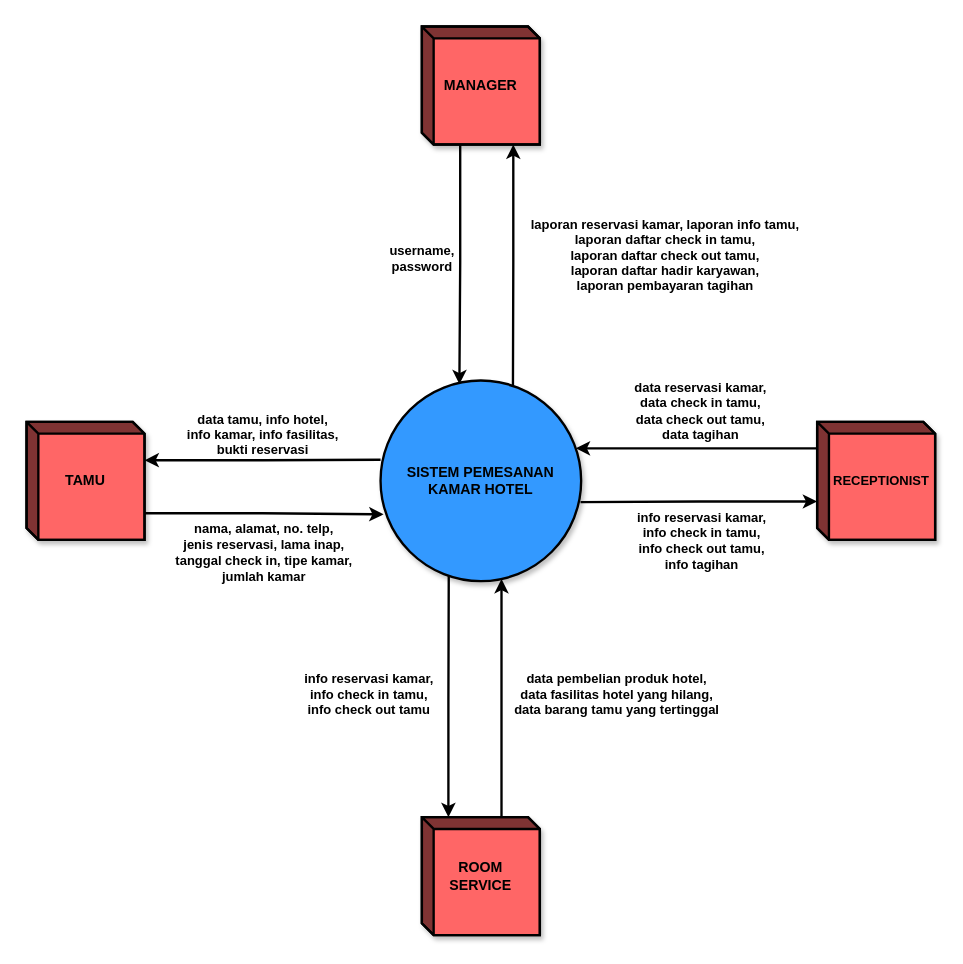
Above: page "DFD LVL 0 - Context Diagram" (2 of 12) of Sistem Pemesanan Kamar Hotel - Data Flow Diagram.drawio in trueazp/System-Design-Analysis (draw.io), before the change. Source tidied: cells renumbered, new cells numbered last; positions are measured from the earlier drawing's top-left corner, leaving out a move shared by most shapes. Both pictures are drawn from the tidied source at 118%, with x=0, y=0 at pixel (26, 26).
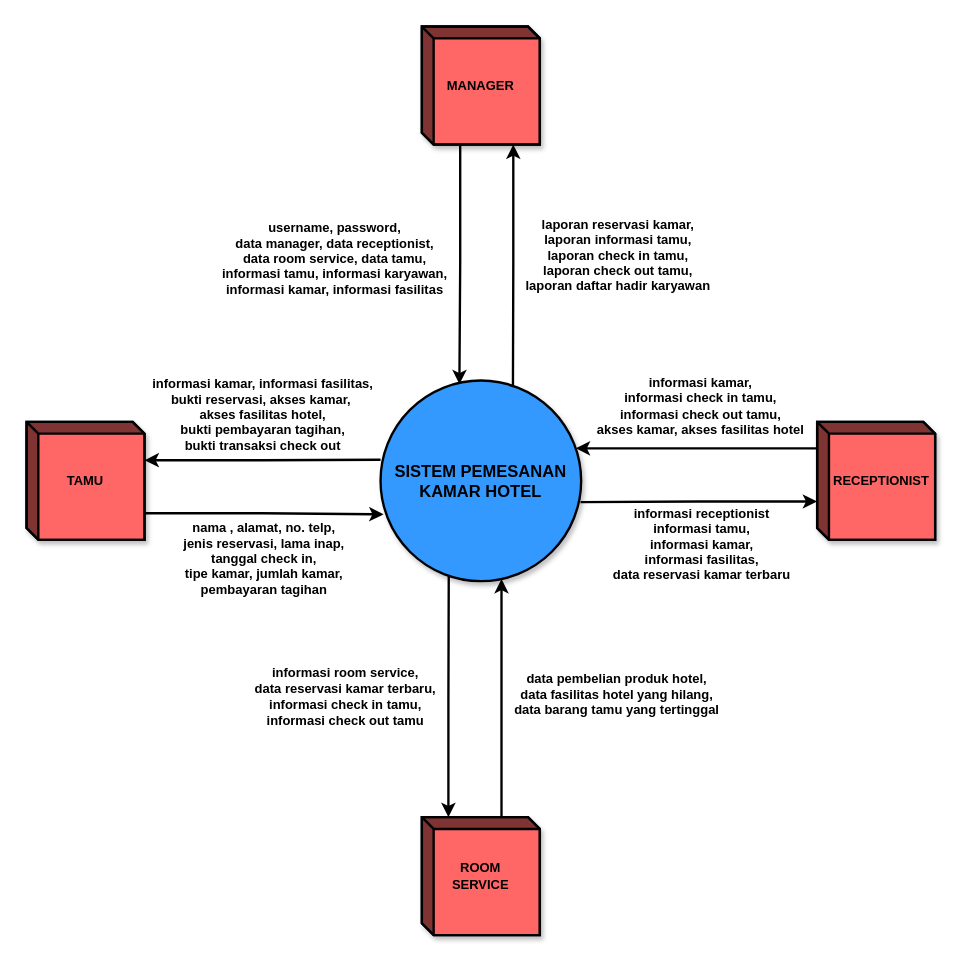
The same diagram, later.

Diff of the diagram source:
```diff
@@
-    <mxCell id="2" value="SISTEM PEMESANAN &lt;br&gt;KAMAR HOTEL" style="shape=ellipse;html=1;dashed=0;whitespace=wrap;perimeter=ellipsePerimeter;whiteSpace=wrap;fontStyle=1;align=center;strokeWidth=2;shadow=1;fillColor=#3399FF;" parent="1" vertex="1">
+    <mxCell id="2" value="SISTEM PEMESANAN &lt;br style=&quot;font-size: 14px;&quot;&gt;KAMAR HOTEL" style="shape=ellipse;html=1;dashed=0;whitespace=wrap;perimeter=ellipsePerimeter;whiteSpace=wrap;fontStyle=1;align=center;strokeWidth=2;shadow=1;fillColor=#3399FF;fontSize=14;labelBackgroundColor=none;" parent="1" vertex="1">
       <mxGeometry x="300" y="300" width="170" height="170" as="geometry" />
     </mxCell>
-    <mxCell id="3" style="edgeStyle=orthogonalEdgeStyle;rounded=0;jettySize=auto;html=1;exitX=0;exitY=0;exitDx=100;exitDy=32.5;exitPerimeter=0;entryX=0;entryY=0.395;entryDx=0;entryDy=0;entryPerimeter=0;fontSize=11;startArrow=classic;startFill=1;endArrow=none;endFill=0;fontStyle=1;strokeWidth=2;" parent="1" edge="1" source="7" target="2">
+    <mxCell id="3" style="edgeStyle=orthogonalEdgeStyle;rounded=0;jettySize=auto;html=1;exitX=0;exitY=0;exitDx=100;exitDy=32.5;exitPerimeter=0;entryX=0;entryY=0.395;entryDx=0;entryDy=0;entryPerimeter=0;fontSize=11;startArrow=classic;startFill=1;endArrow=none;endFill=0;fontStyle=1;strokeWidth=2;labelBackgroundColor=none;" parent="1" edge="1" source="7" target="2">
       <mxGeometry relative="1" as="geometry" />
     </mxCell>
-    <mxCell id="4" value="data tamu, info hotel, &lt;br&gt;info kamar, info fasilitas, &lt;br&gt;bukti reservasi" style="edgeLabel;html=1;align=center;verticalAlign=middle;fontSize=11;fontStyle=1;labelBackgroundColor=none;" parent="3" vertex="1">
+    <mxCell id="4" value="&lt;div&gt;informasi kamar, informasi fasilitas,&lt;/div&gt;&lt;div&gt;&lt;div&gt;bukti reservasi, akses kamar,&amp;nbsp; &lt;br&gt;&lt;/div&gt;&lt;div&gt;akses fasilitas hotel, &lt;br&gt;&lt;/div&gt;&lt;div&gt;bukti pembayaran tagihan, &lt;br&gt;&lt;/div&gt;&lt;div&gt;bukti transaksi check out&lt;/div&gt;&lt;/div&gt;" style="edgeLabel;html=1;align=center;verticalAlign=middle;fontSize=11;fontStyle=1;labelBackgroundColor=none;" parent="3" vertex="1">
       <mxGeometry x="0.1" y="2" relative="1" as="geometry">
-        <mxPoint x="-10" y="-20" as="offset" />
+        <mxPoint x="-10" y="-37" as="offset" />
       </mxGeometry>
     </mxCell>
-    <mxCell id="5" style="edgeStyle=orthogonalEdgeStyle;rounded=0;jettySize=auto;html=1;exitX=0;exitY=0;exitDx=100;exitDy=77.5;exitPerimeter=0;entryX=0.015;entryY=0.667;entryDx=0;entryDy=0;entryPerimeter=0;fontSize=11;startArrow=none;startFill=0;endArrow=classic;endFill=1;fontStyle=1;strokeWidth=2;" parent="1" edge="1" source="7" target="2">
+    <mxCell id="5" style="edgeStyle=orthogonalEdgeStyle;rounded=0;jettySize=auto;html=1;exitX=0;exitY=0;exitDx=100;exitDy=77.5;exitPerimeter=0;entryX=0.015;entryY=0.667;entryDx=0;entryDy=0;entryPerimeter=0;fontSize=11;startArrow=none;startFill=0;endArrow=classic;endFill=1;fontStyle=1;strokeWidth=2;labelBackgroundColor=none;" parent="1" edge="1" source="7" target="2">
       <mxGeometry relative="1" as="geometry" />
     </mxCell>
-    <mxCell id="6" value="nama, alamat, no. telp, &lt;br&gt;jenis reservasi, lama inap, &lt;br&gt;tanggal check in, tipe kamar, &lt;br&gt;jumlah kamar" style="edgeLabel;html=1;align=center;verticalAlign=middle;fontSize=11;fontStyle=1;labelBackgroundColor=none;" parent="5" vertex="1">
+    <mxCell id="6" value="&lt;div&gt;nama , alamat, no. telp, &lt;br&gt;&lt;/div&gt;&lt;div&gt;jenis reservasi, lama inap, &lt;br&gt;&lt;/div&gt;&lt;div&gt;tanggal check in, &lt;/div&gt;&lt;div&gt;tipe kamar, jumlah kamar, &lt;br&gt;&lt;/div&gt;&lt;div&gt;pembayaran tagihan&lt;/div&gt;" style="edgeLabel;html=1;align=center;verticalAlign=middle;fontSize=11;fontStyle=1;labelBackgroundColor=none;" parent="5" vertex="1">
       <mxGeometry x="0.05" relative="1" as="geometry">
-        <mxPoint x="-6" y="32" as="offset" />
+        <mxPoint x="-6" y="37" as="offset" />
       </mxGeometry>
     </mxCell>
-    <mxCell id="7" value="TAMU" style="html=1;dashed=0;whitespace=wrap;shape=mxgraph.dfd.externalEntity;fontStyle=1;whiteSpace=wrap;align=center;strokeWidth=2;shadow=1;fillColor=#FF6666;" parent="1" vertex="1">
+    <mxCell id="7" value="TAMU" style="html=1;dashed=0;whitespace=wrap;shape=mxgraph.dfd.externalEntity;fontStyle=1;whiteSpace=wrap;align=center;strokeWidth=2;shadow=1;fillColor=#FF6666;fontSize=11;labelBackgroundColor=none;" parent="1" vertex="1">
       <mxGeometry y="335" width="100" height="100" as="geometry" />
     </mxCell>
-    <mxCell id="8" style="edgeStyle=orthogonalEdgeStyle;rounded=0;jettySize=auto;html=1;exitX=0;exitY=0;exitDx=0;exitDy=67.5;exitPerimeter=0;entryX=0.997;entryY=0.606;entryDx=0;entryDy=0;fontSize=11;startArrow=classic;startFill=1;endArrow=none;endFill=0;entryPerimeter=0;fontStyle=1;strokeWidth=2;" parent="1" edge="1" source="12" target="2">
+    <mxCell id="8" style="edgeStyle=orthogonalEdgeStyle;rounded=0;jettySize=auto;html=1;exitX=0;exitY=0;exitDx=0;exitDy=67.5;exitPerimeter=0;entryX=0.997;entryY=0.606;entryDx=0;entryDy=0;fontSize=11;startArrow=classic;startFill=1;endArrow=none;endFill=0;entryPerimeter=0;fontStyle=1;strokeWidth=2;labelBackgroundColor=none;" parent="1" edge="1" source="12" target="2">
       <mxGeometry relative="1" as="geometry" />
     </mxCell>
-    <mxCell id="9" value="info reservasi kamar, &lt;br&gt;info check in tamu, &lt;br&gt;info check out tamu, &lt;br&gt;info tagihan" style="edgeLabel;html=1;align=center;verticalAlign=middle;fontSize=11;fontStyle=1;labelBackgroundColor=none;" parent="8" vertex="1">
+    <mxCell id="9" value="&lt;div&gt;informasi receptionist&lt;br&gt;&lt;/div&gt;&lt;div&gt;informasi tamu, &lt;br&gt;&lt;/div&gt;&lt;div&gt;informasi kamar, &lt;br&gt;&lt;/div&gt;&lt;div&gt;informasi fasilitas,&lt;/div&gt;&lt;div&gt;data reservasi kamar terbaru&lt;/div&gt;" style="edgeLabel;html=1;align=center;verticalAlign=middle;fontSize=11;fontStyle=1;labelBackgroundColor=none;" parent="8" vertex="1">
       <mxGeometry x="-0.11" y="3" relative="1" as="geometry">
-        <mxPoint x="-10" y="30" as="offset" />
+        <mxPoint x="-10" y="33" as="offset" />
       </mxGeometry>
     </mxCell>
-    <mxCell id="10" style="edgeStyle=orthogonalEdgeStyle;rounded=0;jettySize=auto;html=1;exitX=0;exitY=0;exitDx=0;exitDy=22.5;exitPerimeter=0;entryX=0.973;entryY=0.338;entryDx=0;entryDy=0;entryPerimeter=0;fontSize=11;startArrow=none;startFill=0;endArrow=classic;endFill=1;fontStyle=1;strokeWidth=2;" parent="1" edge="1" source="12" target="2">
+    <mxCell id="10" style="edgeStyle=orthogonalEdgeStyle;rounded=0;jettySize=auto;html=1;exitX=0;exitY=0;exitDx=0;exitDy=22.5;exitPerimeter=0;entryX=0.973;entryY=0.338;entryDx=0;entryDy=0;entryPerimeter=0;fontSize=11;startArrow=none;startFill=0;endArrow=classic;endFill=1;fontStyle=1;strokeWidth=2;labelBackgroundColor=none;" parent="1" edge="1" source="12" target="2">
       <mxGeometry relative="1" as="geometry" />
     </mxCell>
-    <mxCell id="11" value="data reservasi kamar, &lt;br&gt;data check in tamu, &lt;br&gt;data check out tamu, &lt;br&gt;data tagihan" style="edgeLabel;html=1;align=center;verticalAlign=middle;fontSize=11;fontStyle=1;labelBackgroundColor=none;" parent="10" vertex="1">
+    <mxCell id="11" value="&lt;div&gt;informasi kamar, &lt;br&gt;&lt;/div&gt;&lt;div&gt;informasi check in tamu, &lt;br&gt;&lt;/div&gt;&lt;div&gt;informasi check out tamu, &lt;br&gt;&lt;/div&gt;&lt;div&gt;akses kamar, akses fasilitas hotel&lt;br&gt;&lt;/div&gt;" style="edgeLabel;html=1;align=center;verticalAlign=middle;fontSize=11;fontStyle=1;labelBackgroundColor=none;" parent="10" vertex="1">
       <mxGeometry x="-0.11" relative="1" as="geometry">
-        <mxPoint x="-9" y="-32" as="offset" />
+        <mxPoint x="-9" y="-36" as="offset" />
       </mxGeometry>
     </mxCell>
-    <mxCell id="12" value="&amp;nbsp;&amp;nbsp; RECEPTIONIST" style="html=1;dashed=0;whitespace=wrap;shape=mxgraph.dfd.externalEntity;fontStyle=1;whiteSpace=wrap;align=center;fontSize=11;strokeWidth=2;shadow=1;fillColor=#FF6666;" parent="1" vertex="1">
+    <mxCell id="12" value="&amp;nbsp;&amp;nbsp; RECEPTIONIST" style="html=1;dashed=0;whitespace=wrap;shape=mxgraph.dfd.externalEntity;fontStyle=1;whiteSpace=wrap;align=center;fontSize=11;strokeWidth=2;shadow=1;fillColor=#FF6666;labelBackgroundColor=none;" parent="1" vertex="1">
       <mxGeometry x="670" y="335" width="100" height="100" as="geometry" />
     </mxCell>
-    <mxCell id="13" style="edgeStyle=orthogonalEdgeStyle;rounded=0;jettySize=auto;html=1;exitX=0;exitY=0;exitDx=32.5;exitDy=100;exitPerimeter=0;entryX=0.393;entryY=0.018;entryDx=0;entryDy=0;entryPerimeter=0;fontSize=11;startArrow=none;startFill=0;endArrow=classic;endFill=1;fontStyle=1;strokeWidth=2;" parent="1" edge="1" source="17" target="2">
+    <mxCell id="13" style="edgeStyle=orthogonalEdgeStyle;rounded=0;jettySize=auto;html=1;exitX=0;exitY=0;exitDx=32.5;exitDy=100;exitPerimeter=0;entryX=0.393;entryY=0.018;entryDx=0;entryDy=0;entryPerimeter=0;fontSize=11;startArrow=none;startFill=0;endArrow=classic;endFill=1;fontStyle=1;strokeWidth=2;labelBackgroundColor=none;" parent="1" edge="1" source="17" target="2">
       <mxGeometry relative="1" as="geometry" />
     </mxCell>
-    <mxCell id="14" value="username, &lt;br&gt;password" style="edgeLabel;html=1;align=center;verticalAlign=middle;fontSize=11;fontStyle=1;labelBackgroundColor=none;" parent="13" vertex="1">
+    <mxCell id="14" value="&lt;div style=&quot;font-size: 11px;&quot;&gt;username, password, &lt;br style=&quot;font-size: 11px;&quot;&gt;&lt;/div&gt;&lt;div style=&quot;font-size: 11px;&quot;&gt;data manager, data receptionist, &lt;br style=&quot;font-size: 11px;&quot;&gt;data room service, data tamu, &lt;br style=&quot;font-size: 11px;&quot;&gt;&lt;/div&gt;&lt;div style=&quot;font-size: 11px;&quot;&gt;&lt;div style=&quot;font-size: 11px;&quot;&gt;informasi tamu, informasi karyawan, &lt;br style=&quot;font-size: 11px;&quot;&gt;&lt;/div&gt;&lt;div style=&quot;font-size: 11px;&quot;&gt;informasi kamar, informasi fasilitas&lt;br style=&quot;font-size: 11px;&quot;&gt;&lt;/div&gt;&lt;/div&gt;" style="edgeLabel;html=1;align=center;verticalAlign=middle;fontSize=11;fontStyle=1;labelBackgroundColor=none;" parent="13" vertex="1">
       <mxGeometry x="-0.2" y="3" relative="1" as="geometry">
-        <mxPoint x="-36" y="14" as="offset" />
+        <mxPoint x="-110" y="14" as="offset" />
       </mxGeometry>
     </mxCell>
-    <mxCell id="15" style="edgeStyle=orthogonalEdgeStyle;rounded=0;jettySize=auto;html=1;exitX=0;exitY=0;exitDx=77.5;exitDy=100;exitPerimeter=0;entryX=0.66;entryY=0.029;entryDx=0;entryDy=0;entryPerimeter=0;fontSize=11;startArrow=classic;startFill=1;endArrow=none;endFill=0;fontStyle=1;strokeWidth=2;" parent="1" edge="1" source="17" target="2">
+    <mxCell id="15" style="edgeStyle=orthogonalEdgeStyle;rounded=0;jettySize=auto;html=1;exitX=0;exitY=0;exitDx=77.5;exitDy=100;exitPerimeter=0;entryX=0.66;entryY=0.029;entryDx=0;entryDy=0;entryPerimeter=0;fontSize=11;startArrow=classic;startFill=1;endArrow=none;endFill=0;fontStyle=1;strokeWidth=2;labelBackgroundColor=none;" parent="1" edge="1" source="17" target="2">
       <mxGeometry relative="1" as="geometry" />
     </mxCell>
-    <mxCell id="16" value="laporan reservasi kamar, laporan info tamu, &lt;br&gt;laporan daftar check in tamu, &lt;br&gt;laporan daftar check out tamu, &lt;br&gt;laporan daftar hadir karyawan, &lt;br&gt;laporan pembayaran tagihan&lt;br&gt; " style="edgeLabel;html=1;align=center;verticalAlign=middle;fontSize=11;fontStyle=1;labelBackgroundColor=none;" parent="15" vertex="1">
+    <mxCell id="16" value="&lt;div style=&quot;font-size: 11px;&quot;&gt;laporan reservasi kamar, &lt;br style=&quot;font-size: 11px;&quot;&gt;&lt;/div&gt;&lt;div style=&quot;font-size: 11px;&quot;&gt;laporan informasi tamu, &lt;br style=&quot;font-size: 11px;&quot;&gt;&lt;/div&gt;&lt;div style=&quot;font-size: 11px;&quot;&gt;laporan check in tamu, &lt;br style=&quot;font-size: 11px;&quot;&gt;&lt;/div&gt;&lt;div style=&quot;font-size: 11px;&quot;&gt;laporan check out tamu, &lt;br style=&quot;font-size: 11px;&quot;&gt;&lt;/div&gt;&lt;div style=&quot;font-size: 11px;&quot;&gt;laporan daftar hadir karyawan&lt;br style=&quot;font-size: 11px;&quot;&gt;&lt;/div&gt;" style="edgeLabel;html=1;align=center;verticalAlign=middle;fontSize=11;fontStyle=1;labelBackgroundColor=none;" parent="15" vertex="1">
       <mxGeometry x="-0.13" y="-1" relative="1" as="geometry">
-        <mxPoint x="129" y="4" as="offset" />
+        <mxPoint x="89" y="4" as="offset" />
       </mxGeometry>
     </mxCell>
-    <mxCell id="17" value="MANAGER" style="html=1;dashed=0;whitespace=wrap;shape=mxgraph.dfd.externalEntity;fontStyle=1;whiteSpace=wrap;align=center;strokeWidth=2;shadow=1;fillColor=#FF6666;" parent="1" vertex="1">
+    <mxCell id="17" value="MANAGER" style="html=1;dashed=0;whitespace=wrap;shape=mxgraph.dfd.externalEntity;fontStyle=1;whiteSpace=wrap;align=center;strokeWidth=2;shadow=1;fillColor=#FF6666;fontSize=11;labelBackgroundColor=none;" parent="1" vertex="1">
       <mxGeometry x="335" width="100" height="100" as="geometry" />
     </mxCell>
-    <mxCell id="18" style="edgeStyle=orthogonalEdgeStyle;rounded=0;jettySize=auto;html=1;exitX=0;exitY=0;exitDx=22.5;exitDy=0;exitPerimeter=0;entryX=0.34;entryY=0.971;entryDx=0;entryDy=0;entryPerimeter=0;fontSize=11;startArrow=classic;startFill=1;endArrow=none;endFill=0;fontStyle=1;strokeWidth=2;" parent="1" edge="1" source="22" target="2">
+    <mxCell id="18" style="edgeStyle=orthogonalEdgeStyle;rounded=0;jettySize=auto;html=1;exitX=0;exitY=0;exitDx=22.5;exitDy=0;exitPerimeter=0;entryX=0.34;entryY=0.971;entryDx=0;entryDy=0;entryPerimeter=0;fontSize=11;startArrow=classic;startFill=1;endArrow=none;endFill=0;fontStyle=1;strokeWidth=2;labelBackgroundColor=none;" parent="1" edge="1" source="22" target="2">
       <mxGeometry relative="1" as="geometry" />
     </mxCell>
-    <mxCell id="19" value="info reservasi kamar, &lt;br&gt;info check in tamu, &lt;br&gt;info check out tamu" style="edgeLabel;html=1;align=center;verticalAlign=middle;fontSize=11;fontStyle=1;labelBackgroundColor=none;" parent="18" vertex="1">
+    <mxCell id="19" value="&lt;div&gt;informasi room service,&lt;/div&gt;&lt;div&gt;&lt;div&gt;data reservasi kamar terbaru, &lt;br&gt;&lt;div&gt;informasi check in tamu, &lt;br&gt;&lt;/div&gt;informasi check out tamu&lt;/div&gt;&lt;/div&gt;" style="edgeLabel;html=1;align=center;verticalAlign=middle;fontSize=11;fontStyle=1;labelBackgroundColor=none;" parent="18" vertex="1">
       <mxGeometry x="0.1" y="1" relative="1" as="geometry">
-        <mxPoint x="-67" y="8" as="offset" />
+        <mxPoint x="-87" y="10" as="offset" />
       </mxGeometry>
     </mxCell>
-    <mxCell id="20" style="edgeStyle=orthogonalEdgeStyle;rounded=0;jettySize=auto;html=1;exitX=0;exitY=0;exitDx=67.5;exitDy=0;exitPerimeter=0;fontSize=11;startArrow=none;startFill=0;endArrow=classic;endFill=1;fontStyle=1;strokeWidth=2;" parent="1" edge="1" source="22" target="2">
+    <mxCell id="20" style="edgeStyle=orthogonalEdgeStyle;rounded=0;jettySize=auto;html=1;exitX=0;exitY=0;exitDx=67.5;exitDy=0;exitPerimeter=0;fontSize=11;startArrow=none;startFill=0;endArrow=classic;endFill=1;fontStyle=1;strokeWidth=2;labelBackgroundColor=none;" parent="1" edge="1" source="22" target="2">
       <mxGeometry relative="1" as="geometry">
         <Array as="points">
           <mxPoint x="402" y="545" />
           <mxPoint x="402" y="545" />
         </Array>
       </mxGeometry>
     </mxCell>
-    <mxCell id="21" value="data pembelian produk hotel, &lt;br&gt;data fasilitas hotel yang hilang, &lt;br&gt;data barang tamu yang tertinggal" style="edgeLabel;html=1;align=center;verticalAlign=middle;fontSize=11;fontStyle=1;labelBackgroundColor=none;" parent="20" vertex="1">
+    <mxCell id="21" value="data pembelian produk hotel, &lt;br style=&quot;font-size: 14px&quot;&gt;data fasilitas hotel yang hilang, &lt;br style=&quot;font-size: 14px&quot;&gt;data barang tamu yang tertinggal" style="edgeLabel;html=1;align=center;verticalAlign=middle;fontSize=11;fontStyle=1;labelBackgroundColor=none;" parent="20" vertex="1">
       <mxGeometry x="-0.1" y="-2" relative="1" as="geometry">
         <mxPoint x="95" y="-14" as="offset" />
       </mxGeometry>
     </mxCell>
-    <mxCell id="22" value="ROOM &lt;br&gt;SERVICE" style="html=1;dashed=0;whitespace=wrap;shape=mxgraph.dfd.externalEntity;fontStyle=1;whiteSpace=wrap;align=center;strokeWidth=2;shadow=1;fillColor=#FF6666;" parent="1" vertex="1">
+    <mxCell id="22" value="ROOM &lt;br style=&quot;font-size: 11px;&quot;&gt;SERVICE" style="html=1;dashed=0;whitespace=wrap;shape=mxgraph.dfd.externalEntity;fontStyle=1;whiteSpace=wrap;align=center;strokeWidth=2;shadow=1;fillColor=#FF6666;fontSize=11;labelBackgroundColor=none;" parent="1" vertex="1">
       <mxGeometry x="335" y="670" width="100" height="100" as="geometry" />
     </mxCell>
```
